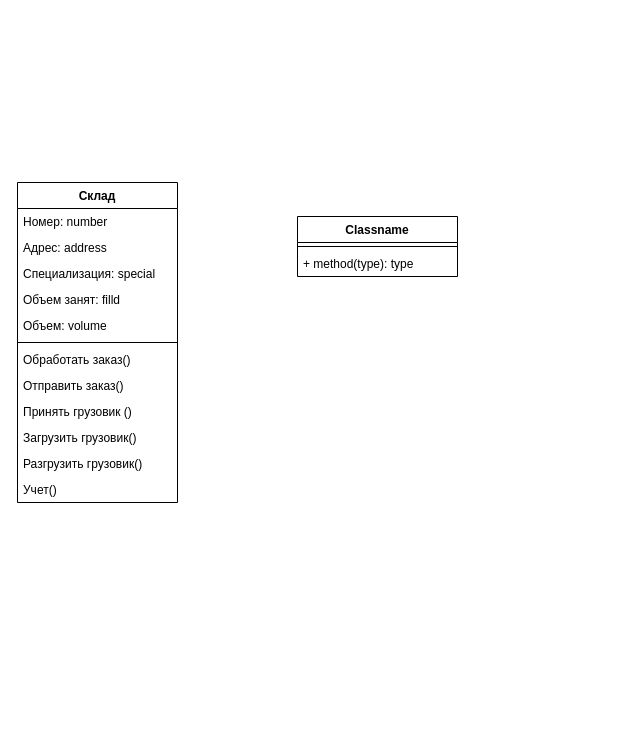
Above: Untitled Diagram.drawio in Skoft/App (draw.io), before the change. Source tidied: cells renumbered, new cells numbered last; positions are measured from the earlier drawing's top-left corner, leaving out a move shared by most shapes. Both pictures are drawn from the tidied source at 100%, with x=0, y=0 at pixel (17, 182).
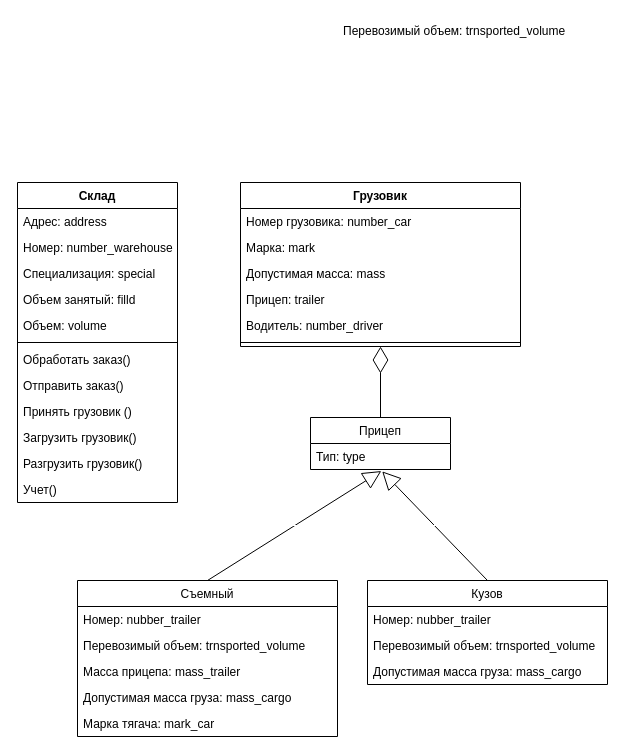
The same page after the edit.

Unchanged cells that the change refers to:
```xml
<mxCell id="2" value="Склад" style="swimlane;fontStyle=1;align=center;verticalAlign=top;horizontal=1;startSize=26;" parent="1" vertex="1">
  <mxGeometry width="160" height="320" as="geometry" />
</mxCell>
```

Diff of the diagram source:
```diff
@@
-    <mxCell id="3" value="Номер: number" style="text;strokeColor=none;fillColor=none;align=left;verticalAlign=top;spacingLeft=4;spacingRight=4;overflow=hidden;" parent="2" vertex="1">
-      <mxGeometry y="26" width="160" height="26" as="geometry" />
-    </mxCell>
     <mxCell id="4" value="Адрес: address" style="text;strokeColor=none;fillColor=none;align=left;verticalAlign=top;spacingLeft=4;spacingRight=4;overflow=hidden;" parent="2" vertex="1">
-      <mxGeometry y="52" width="160" height="26" as="geometry" />
+      <mxGeometry y="26" width="160" height="26" as="geometry" />
     </mxCell>
+    <mxCell id="18" value="Номер: number_warehouse" style="text;strokeColor=none;fillColor=none;align=left;verticalAlign=top;spacingLeft=4;spacingRight=4;overflow=hidden;" parent="2" vertex="1">
+      <mxGeometry y="52" width="160" height="26" as="geometry" />
+    </mxCell>
@@
-    <mxCell id="6" value="Объем занят: filld" style="text;strokeColor=none;fillColor=none;align=left;verticalAlign=top;spacingLeft=4;spacingRight=4;overflow=hidden;" parent="2" vertex="1">
+    <mxCell id="6" value="Объем занятый: filld" style="text;strokeColor=none;fillColor=none;align=left;verticalAlign=top;spacingLeft=4;spacingRight=4;overflow=hidden;" parent="2" vertex="1">
       <mxGeometry y="104" width="160" height="26" as="geometry" />
     </mxCell>
@@
-    <mxCell id="15" value="Classname" style="swimlane;fontStyle=1;align=center;verticalAlign=top;horizontal=1;startSize=26;" parent="1" vertex="1">
-      <mxGeometry x="280" y="34" width="160" height="60" as="geometry" />
-    </mxCell>
-    <mxCell id="16" style="line;strokeWidth=1;fillColor=none;align=left;verticalAlign=middle;spacingTop=-1;spacingLeft=3;spacingRight=3;labelPosition=right;" parent="15" vertex="1">
-      <mxGeometry y="26" width="160" height="8" as="geometry" />
-    </mxCell>
-    <mxCell id="17" value="+ method(type): type" style="text;strokeColor=none;fillColor=none;align=left;verticalAlign=top;spacingLeft=4;spacingRight=4;overflow=hidden;" parent="15" vertex="1">
-      <mxGeometry y="34" width="160" height="26" as="geometry" />
-    </mxCell>
+    <mxCell id="19" value="Грузовик" style="swimlane;fontStyle=1;align=center;verticalAlign=top;horizontal=1;startSize=26;" parent="1" vertex="1">
+      <mxGeometry x="223" width="280" height="164" as="geometry" />
+    </mxCell>
+    <mxCell id="20" value="Номер грузовика: number_car" style="text;strokeColor=none;fillColor=none;align=left;verticalAlign=top;spacingLeft=4;spacingRight=4;overflow=hidden;" parent="19" vertex="1">
+      <mxGeometry y="26" width="280" height="26" as="geometry" />
+    </mxCell>
+    <mxCell id="21" value="Марка: mark" style="text;strokeColor=none;fillColor=none;align=left;verticalAlign=top;spacingLeft=4;spacingRight=4;overflow=hidden;" parent="19" vertex="1">
+      <mxGeometry y="52" width="280" height="26" as="geometry" />
+    </mxCell>
+    <mxCell id="22" value="Допустимая масса: mass" style="text;strokeColor=none;fillColor=none;align=left;verticalAlign=top;spacingLeft=4;spacingRight=4;overflow=hidden;" parent="19" vertex="1">
+      <mxGeometry y="78" width="280" height="26" as="geometry" />
+    </mxCell>
+    <mxCell id="23" value="Прицеп: trailer" style="text;strokeColor=none;fillColor=none;align=left;verticalAlign=top;spacingLeft=4;spacingRight=4;overflow=hidden;" parent="19" vertex="1">
+      <mxGeometry y="104" width="280" height="26" as="geometry" />
+    </mxCell>
+    <mxCell id="24" value="Водитель: number_driver" style="text;strokeColor=none;fillColor=none;align=left;verticalAlign=top;spacingLeft=4;spacingRight=4;overflow=hidden;" parent="19" vertex="1">
+      <mxGeometry y="130" width="280" height="26" as="geometry" />
+    </mxCell>
+    <mxCell id="25" style="line;strokeWidth=1;fillColor=none;align=left;verticalAlign=middle;spacingTop=-1;spacingLeft=3;spacingRight=3;labelPosition=right;points=[];portConstraint=eastwest;" parent="19" vertex="1">
+      <mxGeometry y="156" width="280" height="8" as="geometry" />
+    </mxCell>
+    <mxCell id="26" value="Перевозимый объем: trnsported_volume" style="text;strokeColor=none;fillColor=none;align=left;verticalAlign=top;spacingLeft=4;spacingRight=4;overflow=hidden;" parent="1" vertex="1">
+      <mxGeometry x="320" y="-165" width="280" height="26" as="geometry" />
+    </mxCell>
+    <mxCell id="27" value="Прицеп" style="swimlane;fontStyle=0;horizontal=1;startSize=26;fillColor=none;" parent="1" vertex="1">
+      <mxGeometry x="293" y="235" width="140" height="52" as="geometry" />
+    </mxCell>
+    <mxCell id="28" value="Тип: type" style="text;strokeColor=none;fillColor=none;align=left;verticalAlign=top;spacingLeft=4;spacingRight=4;overflow=hidden;points=[[0,0.5],[1,0.5]];portConstraint=eastwest;" parent="27" vertex="1">
+      <mxGeometry y="26" width="140" height="26" as="geometry" />
+    </mxCell>
+    <mxCell id="29" value="Съемный" style="swimlane;fontStyle=0;horizontal=1;startSize=26;fillColor=none;" parent="1" vertex="1">
+      <mxGeometry x="60" y="398" width="260" height="156" as="geometry" />
+    </mxCell>
+    <mxCell id="30" value="Номер: nubber_trailer" style="text;strokeColor=none;fillColor=none;align=left;verticalAlign=top;spacingLeft=4;spacingRight=4;overflow=hidden;" parent="29" vertex="1">
+      <mxGeometry y="26" width="260" height="26" as="geometry" />
+    </mxCell>
+    <mxCell id="31" value="Перевозимый объем: trnsported_volume" style="text;strokeColor=none;fillColor=none;align=left;verticalAlign=top;spacingLeft=4;spacingRight=4;overflow=hidden;" parent="29" vertex="1">
+      <mxGeometry y="52" width="260" height="26" as="geometry" />
+    </mxCell>
+    <mxCell id="32" value="Масса прицепа: mass_trailer" style="text;strokeColor=none;fillColor=none;align=left;verticalAlign=top;spacingLeft=4;spacingRight=4;overflow=hidden;" parent="29" vertex="1">
+      <mxGeometry y="78" width="260" height="26" as="geometry" />
+    </mxCell>
+    <mxCell id="33" value="Допустимая масса груза: mass_cargo" style="text;strokeColor=none;fillColor=none;align=left;verticalAlign=top;spacingLeft=4;spacingRight=4;overflow=hidden;" parent="29" vertex="1">
+      <mxGeometry y="104" width="260" height="26" as="geometry" />
+    </mxCell>
+    <mxCell id="34" value="Марка тягача: mark_car" style="text;strokeColor=none;fillColor=none;align=left;verticalAlign=top;spacingLeft=4;spacingRight=4;overflow=hidden;" parent="29" vertex="1">
+      <mxGeometry y="130" width="260" height="26" as="geometry" />
+    </mxCell>
+    <mxCell id="35" value="Кузов" style="swimlane;fontStyle=0;horizontal=1;startSize=26;fillColor=none;" parent="1" vertex="1">
+      <mxGeometry x="350" y="398" width="240" height="104" as="geometry" />
+    </mxCell>
+    <mxCell id="36" value="Номер: nubber_trailer" style="text;strokeColor=none;fillColor=none;align=left;verticalAlign=top;spacingLeft=4;spacingRight=4;overflow=hidden;" parent="35" vertex="1">
+      <mxGeometry y="26" width="240" height="26" as="geometry" />
+    </mxCell>
+    <mxCell id="37" value="Перевозимый объем: trnsported_volume" style="text;strokeColor=none;fillColor=none;align=left;verticalAlign=top;spacingLeft=4;spacingRight=4;overflow=hidden;" parent="35" vertex="1">
+      <mxGeometry y="52" width="240" height="26" as="geometry" />
+    </mxCell>
+    <mxCell id="38" value="Допустимая масса груза: mass_cargo" style="text;strokeColor=none;fillColor=none;align=left;verticalAlign=top;spacingLeft=4;spacingRight=4;overflow=hidden;" parent="35" vertex="1">
+      <mxGeometry y="78" width="240" height="26" as="geometry" />
+    </mxCell>
+    <mxCell id="39" value="Extends" style="endArrow=block;endSize=16;endFill=0;html=1;exitX=0.5;exitY=0;exitDx=0;exitDy=0;entryX=0.506;entryY=1.059;entryDx=0;entryDy=0;entryPerimeter=0;fontSize=1;fontColor=#FFFFFF;" parent="1" edge="1" source="29" target="28">
+      <mxGeometry relative="1" as="geometry" />
+    </mxCell>
+    <mxCell id="40" value="Extends" style="endArrow=block;endSize=16;endFill=0;html=1;exitX=0.5;exitY=0;exitDx=0;exitDy=0;fontSize=1;fontColor=#FFFFFF;entryX=0.512;entryY=1.072;entryDx=0;entryDy=0;entryPerimeter=0;" parent="1" edge="1" source="35" target="28">
+      <mxGeometry relative="1" as="geometry" />
+    </mxCell>
+    <mxCell id="41" style="endArrow=diamondThin;endFill=0;endSize=24;html=1;fontSize=1;fontColor=#FFFFFF;exitX=0.5;exitY=0;exitDx=0;exitDy=0;" parent="1" edge="1" source="27" target="25">
+      <mxGeometry relative="1" as="geometry" />
+    </mxCell>
```
